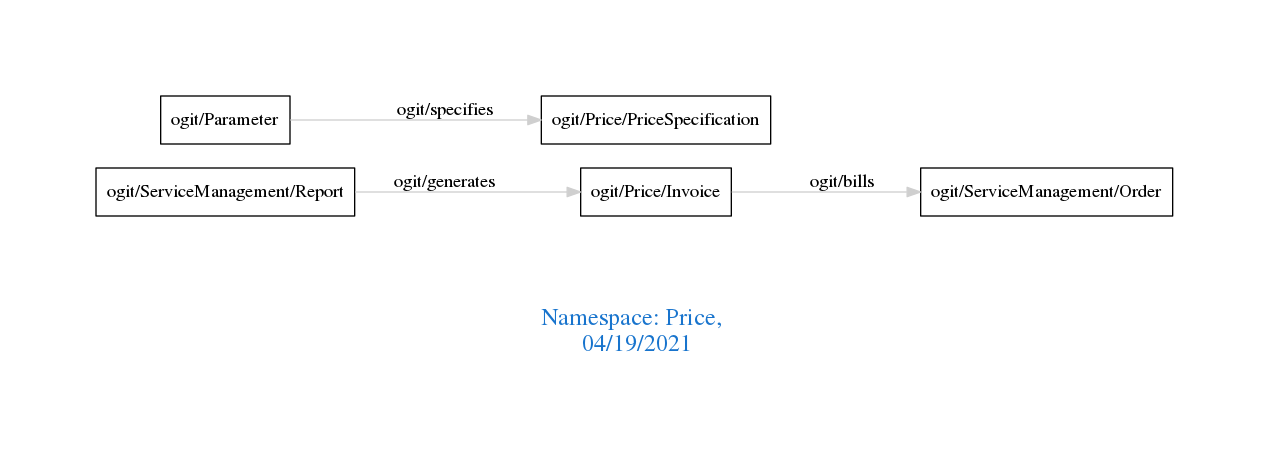
The Graphviz diagram downloads/Price.png in arago/OGIT, before a commit. Its source is kept beside it as downloads/Price.dot.
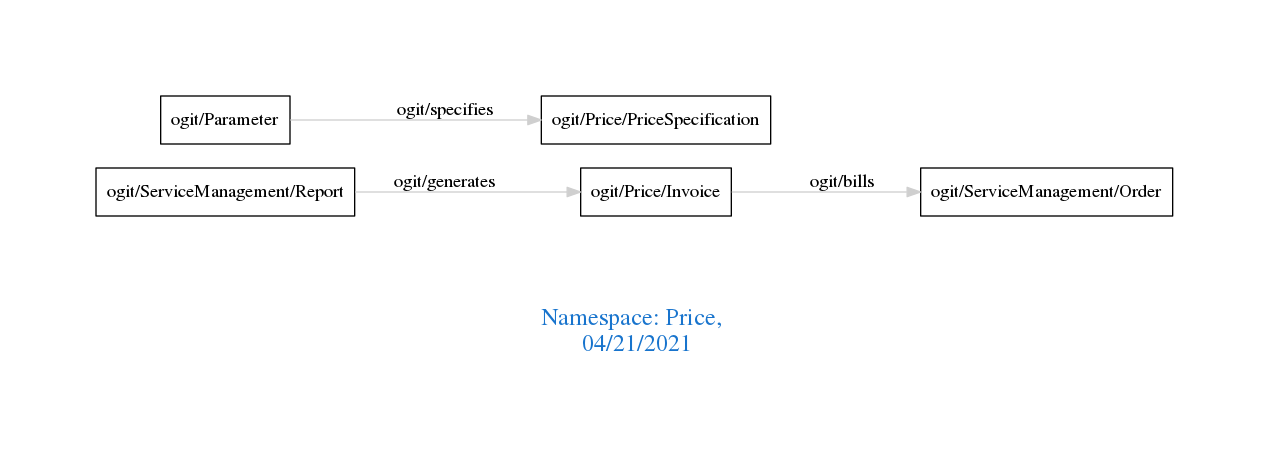
The same diagram one commit later.

The edit, as a diff of the source:
```diff
@@ -1,7 +1,7 @@
 digraph OGIT_ontology {
  graph [ rankdir= LR,pad=1
 fontsize = 18,
-fontcolor= dodgerblue3,label = "\n\n\nNamespace: Price, \n 04/19/2021"];
+fontcolor= dodgerblue3,label = "\n\n\nNamespace: Price, \n 04/21/2021"];
 node[shape=polygon];
 edge [  color="gray81"];
 
```
